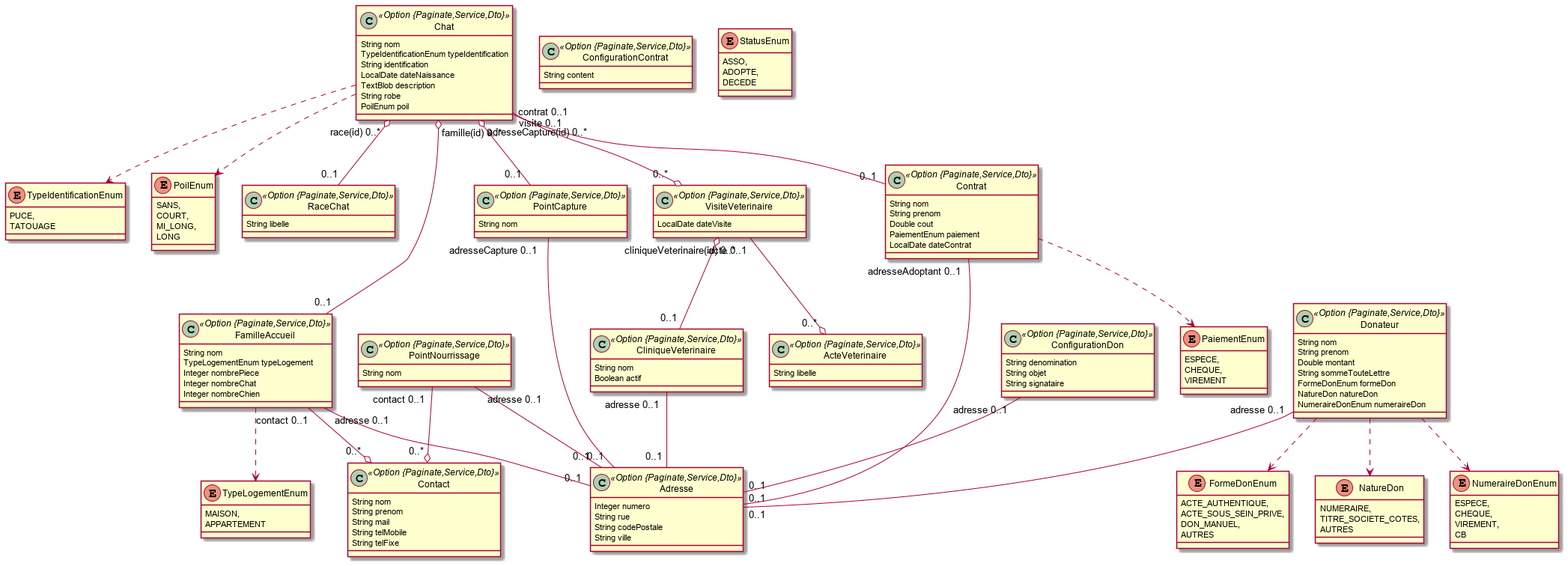
Before: jhipster-jdl.png, a diagram exported from PlantUML (alexis-puska/assoGestion).
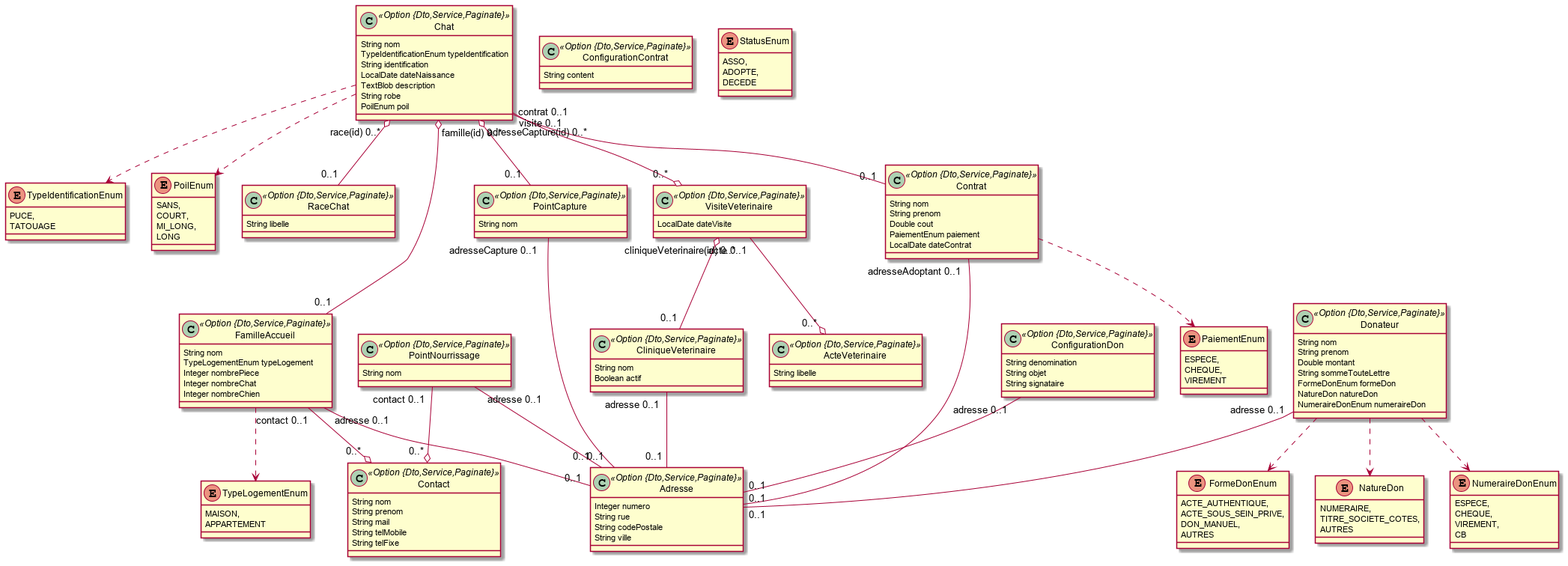
Later version of the same file.

What changed in the source:
```diff
@@ -1,6 +1,6 @@
 @startuml
 	!pragma syntax class
-	class Chat <<Option {Paginate,Service,Dto}>> {
+	class Chat <<Option {Dto,Service,Paginate}>> {
 		String nom
 		TypeIdentificationEnum typeIdentification
 		String identification
@@ -11,13 +11,13 @@
 	}
 	Chat ..> TypeIdentificationEnum
 	Chat ..> PoilEnum
-	class RaceChat <<Option {Paginate,Service,Dto}>> {
+	class RaceChat <<Option {Dto,Service,Paginate}>> {
 		String libelle
 	}
-	class ActeVeterinaire <<Option {Paginate,Service,Dto}>> {
+	class ActeVeterinaire <<Option {Dto,Service,Paginate}>> {
 		String libelle
 	}
-	class FamilleAccueil <<Option {Paginate,Service,Dto}>> {
+	class FamilleAccueil <<Option {Dto,Service,Paginate}>> {
 		String nom
 		TypeLogementEnum typeLogement
 		Integer nombrePiece
@@ -25,14 +25,14 @@
 		Integer nombreChien
 	}
 	FamilleAccueil ..> TypeLogementEnum
-	class Contact <<Option {Paginate,Service,Dto}>> {
+	class Contact <<Option {Dto,Service,Paginate}>> {
 		String nom
 		String prenom
 		String mail
 		String telMobile
 		String telFixe
 	}
-	class Contrat <<Option {Paginate,Service,Dto}>> {
+	class Contrat <<Option {Dto,Service,Paginate}>> {
 		String nom
 		String prenom
 		Double cout
@@ -40,34 +40,34 @@
 		LocalDate dateContrat
 	}
 	Contrat ..> PaiementEnum
-	class PointCapture <<Option {Paginate,Service,Dto}>> {
+	class PointCapture <<Option {Dto,Service,Paginate}>> {
 		String nom
 	}
-	class PointNourrissage <<Option {Paginate,Service,Dto}>> {
+	class PointNourrissage <<Option {Dto,Service,Paginate}>> {
 		String nom
 	}
-	class Adresse <<Option {Paginate,Service,Dto}>> {
+	class Adresse <<Option {Dto,Service,Paginate}>> {
 		Integer numero
 		String rue
 		String codePostale
 		String ville
 	}
-	class ConfigurationDon <<Option {Paginate,Service,Dto}>> {
+	class ConfigurationDon <<Option {Dto,Service,Paginate}>> {
 		String denomination
 		String objet
 		String signataire
 	}
-	class ConfigurationContrat <<Option {Paginate,Service,Dto}>> {
+	class ConfigurationContrat <<Option {Dto,Service,Paginate}>> {
 		String content
 	}
-	class CliniqueVeterinaire <<Option {Paginate,Service,Dto}>> {
+	class CliniqueVeterinaire <<Option {Dto,Service,Paginate}>> {
 		String nom
 		Boolean actif
 	}
-	class VisiteVeterinaire <<Option {Paginate,Service,Dto}>> {
+	class VisiteVeterinaire <<Option {Dto,Service,Paginate}>> {
 		LocalDate dateVisite
 	}
-	class Donateur <<Option {Paginate,Service,Dto}>> {
+	class Donateur <<Option {Dto,Service,Paginate}>> {
 		String nom
 		String prenom
 		Double montant
```
